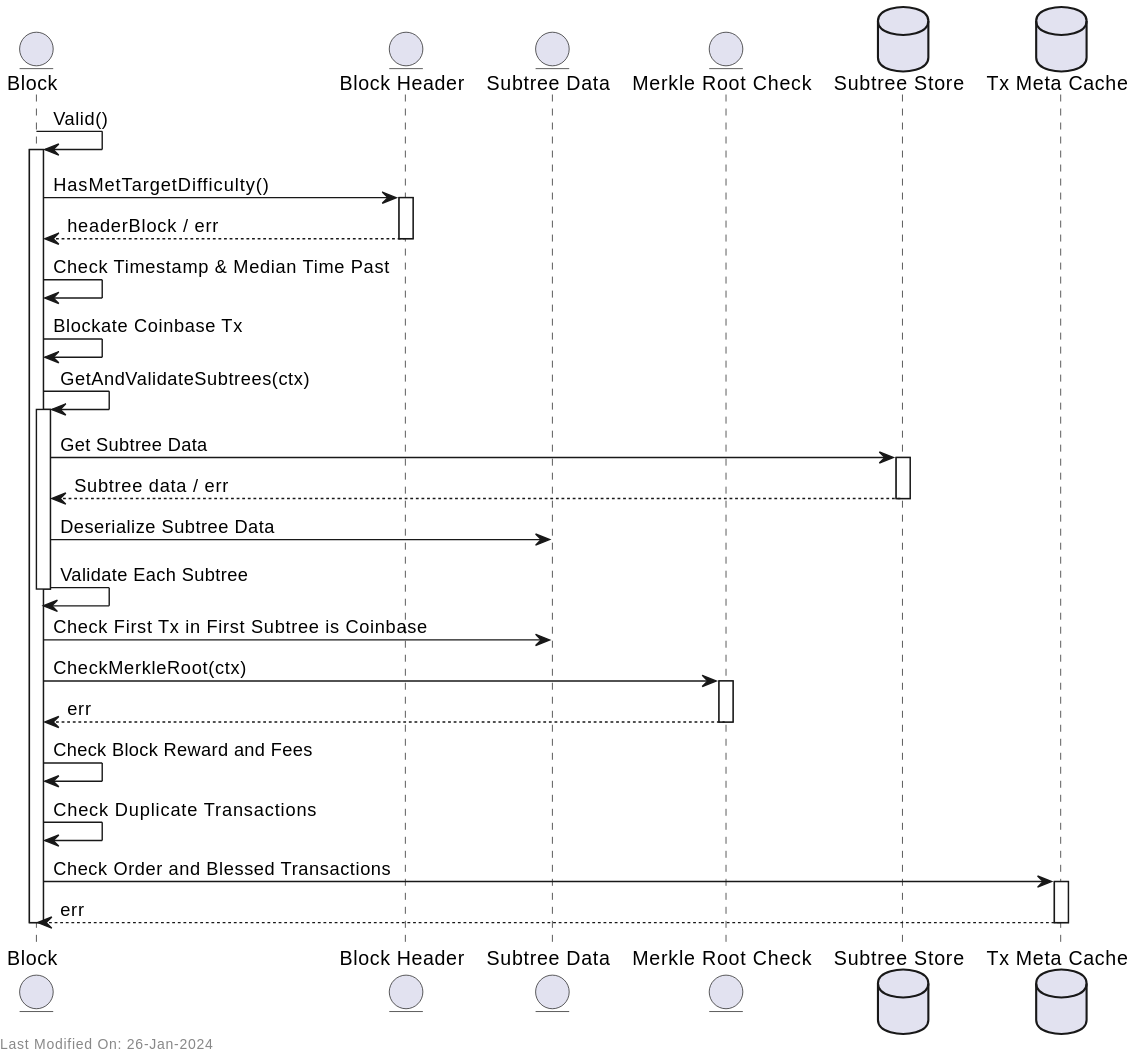
Above: docs/services/img/plantuml/blockvalidation/block_data_validation.svg in freemans13/teranode (PlantUML), before the change. Source of this version:
```plantuml
@startuml
entity "Block" as Block
entity "Block Header" as Header
entity "Subtree Data" as SubtreeData
entity "Merkle Root Check" as MerkleRootCheck
database "Subtree Store" as SubtreeStore
database "Tx Meta Cache" as TxMetaStore

Block -> Block: Valid()
activate Block

Block -> Header: HasMetTargetDifficulty()
activate Header

Header--> Block: headerBlock / err

deactivate Header


Block -> Block: Check Timestamp & Median Time Past
Block -> Block: Blockate Coinbase Tx


Block -> Block: GetAndValidateSubtrees(ctx)
activate Block

Block -> SubtreeStore: Get Subtree Data
activate SubtreeStore
SubtreeStore --> Block: Subtree data / err
deactivate SubtreeStore

Block -> SubtreeData: Deserialize Subtree Data
Block -> Block: Validate Each Subtree

deactivate Block


Block -> SubtreeData: Check First Tx in First Subtree is Coinbase
Block -> MerkleRootCheck: CheckMerkleRoot(ctx)
activate MerkleRootCheck
MerkleRootCheck --> Block: err
deactivate MerkleRootCheck

Block -> Block: Check Block Reward and Fees
Block -> Block: Check Duplicate Transactions
Block -> TxMetaStore: Check Order and Blessed Transactions
activate TxMetaStore
TxMetaStore --> Block: err
deactivate TxMetaStore

deactivate Block

left footer Last Modified On: 26-Jan-2024
@enduml
```
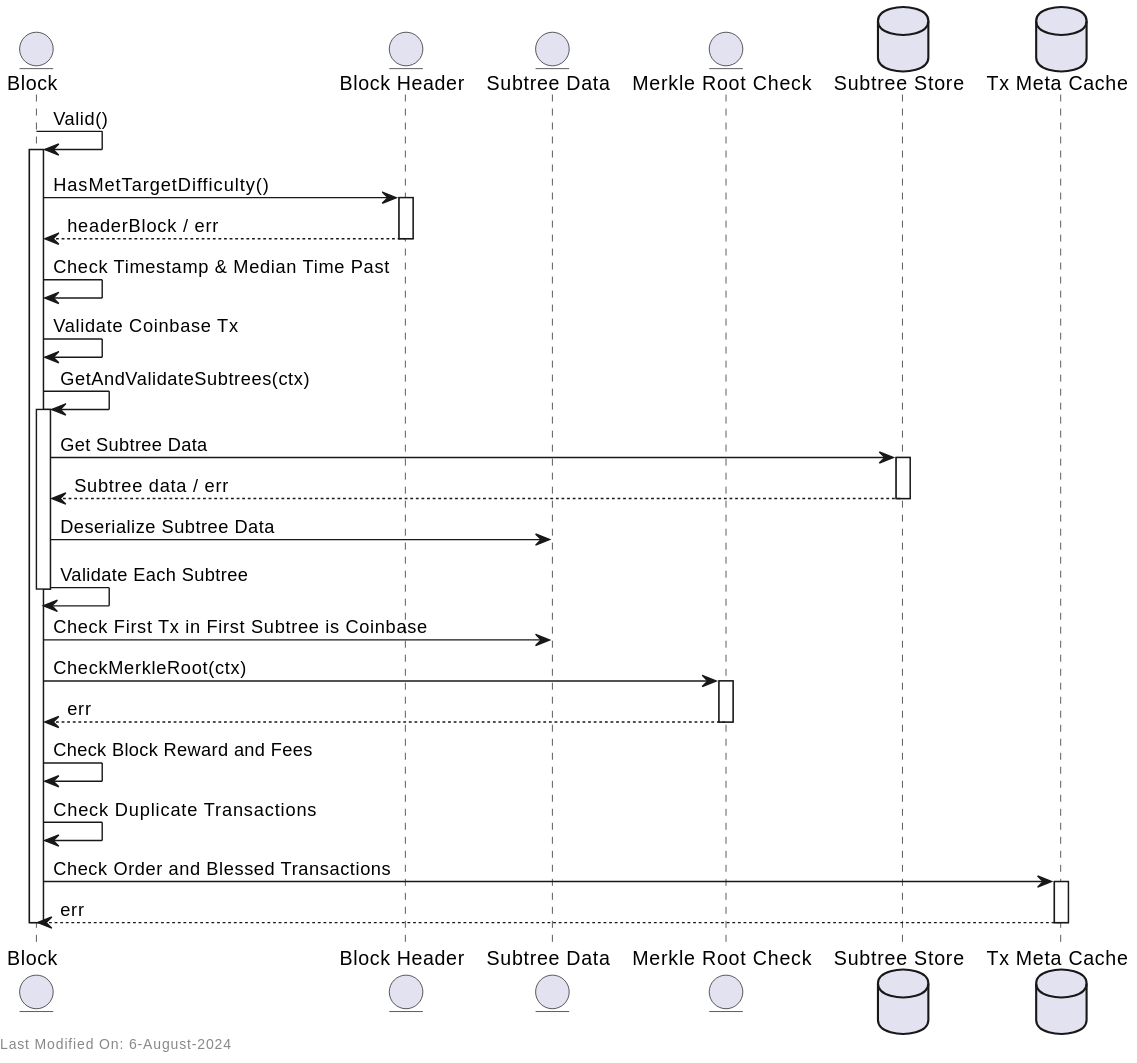
After the commit.

What changed in the source:
```diff
@@ -18,7 +18,7 @@
 
 
 Block -> Block: Check Timestamp & Median Time Past
-Block -> Block: Blockate Coinbase Tx
+Block -> Block: Validate Coinbase Tx
 
 
 Block -> Block: GetAndValidateSubtrees(ctx)
@@ -50,5 +50,5 @@
 
 deactivate Block
 
-left footer Last Modified On: 26-Jan-2024
+left footer Last Modified On: 6-August-2024
 @enduml
```
